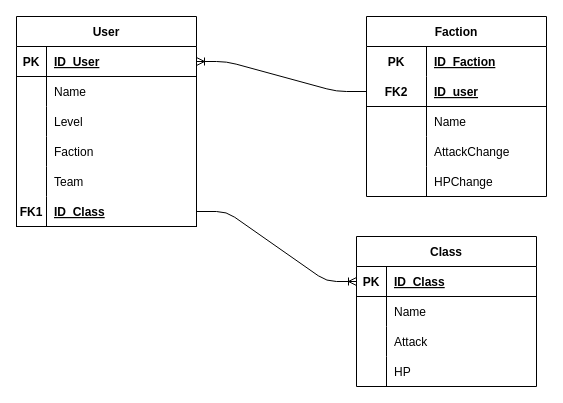
Earlier version of the draw.io diagram diagramme/diagEntité.dio (No-Game-No-Pain/Game). Source tidied: cells renumbered, new cells numbered last; positions are measured from the earlier drawing's top-left corner, leaving out a move shared by most shapes. Both pictures are drawn from the tidied source at 100%, with x=0, y=0 at pixel (16, 16).
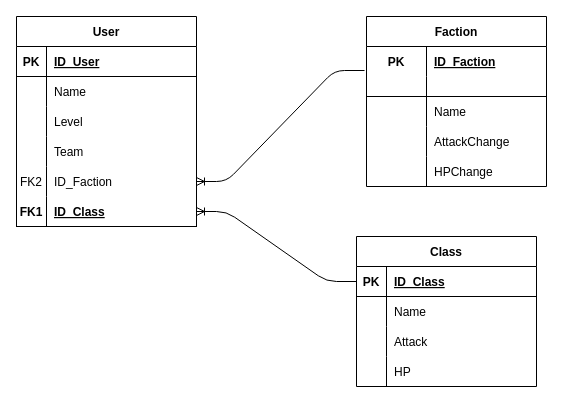
The same page after the edit.

Commit message (it also covers changes not shown here):
corrige diagram

The change refers to these unchanged cells:
```xml
<mxCell id="2" value="User" style="shape=table;startSize=30;childLayout=tableLayout;rowLines=0;fontStyle=1;align=center;" parent="1" vertex="1">
  <mxGeometry width="180" height="210" as="geometry" />
</mxCell>
<mxCell id="3" style="shape=tableRow;horizontal=0;startSize=0;swimlaneHead=0;swimlaneBody=0;fillColor=none;points=[[0,0.5],[1,0.5]];portConstraint=eastwest;top=0;left=0;right=0;bottom=1;" parent="2" vertex="1">
  <mxGeometry y="30" width="180" height="30" as="geometry" />
</mxCell>
<mxCell id="18" style="shape=tableRow;horizontal=0;startSize=0;swimlaneHead=0;swimlaneBody=0;fillColor=none;points=[[0,0.5],[1,0.5]];portConstraint=eastwest;top=0;left=0;right=0;bottom=1;" parent="2" vertex="1">
  <mxGeometry y="180" width="180" height="30" as="geometry" />
</mxCell>
<mxCell id="23" style="shape=tableRow;horizontal=0;startSize=0;swimlaneHead=0;swimlaneBody=0;fillColor=none;points=[[0,0.5],[1,0.5]];portConstraint=eastwest;top=0;left=0;right=0;bottom=0;" parent="22" vertex="1">
  <mxGeometry y="30" width="180" height="30" as="geometry" />
</mxCell>
<mxCell id="40" style="shape=tableRow;horizontal=0;startSize=0;swimlaneHead=0;swimlaneBody=0;fillColor=none;points=[[0,0.5],[1,0.5]];portConstraint=eastwest;top=0;left=0;right=0;bottom=1;" parent="39" vertex="1">
  <mxGeometry y="30" width="180" height="30" as="geometry" />
</mxCell>
```

Change to the diagram source:
```diff
@@
+    <mxCell id="15" style="shape=tableRow;horizontal=0;startSize=0;swimlaneHead=0;swimlaneBody=0;fillColor=none;top=0;left=0;right=0;bottom=0;" parent="2" vertex="1">
+      <mxGeometry y="120" width="180" height="30" as="geometry" />
+    </mxCell>
+    <mxCell id="16" style="shape=partialRectangle;fillColor=none;top=0;left=0;bottom=0;right=0;overflow=hidden;" parent="15" vertex="1">
+      <mxGeometry width="30" height="30" as="geometry" />
+    </mxCell>
+    <mxCell id="17" value="Team" style="shape=partialRectangle;fillColor=none;top=0;left=0;bottom=0;right=0;align=left;spacingLeft=6;overflow=hidden;" parent="15" vertex="1">
+      <mxGeometry x="30" width="150" height="30" as="geometry" />
+    </mxCell>
     <mxCell id="12" style="shape=tableRow;horizontal=0;startSize=0;swimlaneHead=0;swimlaneBody=0;fillColor=none;points=[[0,0.5],[1,0.5]];portConstraint=eastwest;top=0;left=0;right=0;bottom=0;" parent="2" vertex="1">
-      <mxGeometry y="120" width="180" height="30" as="geometry" />
+      <mxGeometry y="150" width="180" height="30" as="geometry" />
     </mxCell>
-    <mxCell id="13" style="shape=partialRectangle;fillColor=none;top=0;left=0;bottom=0;right=0;overflow=hidden;" parent="12" vertex="1">
+    <mxCell id="13" value="FK2" style="shape=partialRectangle;fillColor=none;top=0;left=0;bottom=0;right=0;overflow=hidden;" parent="12" vertex="1">
       <mxGeometry width="30" height="30" as="geometry" />
     </mxCell>
-    <mxCell id="14" value="Faction" style="shape=partialRectangle;fillColor=none;top=0;left=0;bottom=0;right=0;align=left;spacingLeft=6;overflow=hidden;" parent="12" vertex="1">
+    <mxCell id="14" value="ID_Faction" style="shape=partialRectangle;fillColor=none;top=0;left=0;bottom=0;right=0;align=left;spacingLeft=6;overflow=hidden;" parent="12" vertex="1">
       <mxGeometry x="30" width="150" height="30" as="geometry" />
     </mxCell>
-    <mxCell id="15" style="shape=tableRow;horizontal=0;startSize=0;swimlaneHead=0;swimlaneBody=0;fillColor=none;top=0;left=0;right=0;bottom=0;" parent="2" vertex="1">
-      <mxGeometry y="150" width="180" height="30" as="geometry" />
-    </mxCell>
-    <mxCell id="16" style="shape=partialRectangle;fillColor=none;top=0;left=0;bottom=0;right=0;overflow=hidden;" parent="15" vertex="1">
-      <mxGeometry width="30" height="30" as="geometry" />
-    </mxCell>
-    <mxCell id="17" value="Team" style="shape=partialRectangle;fillColor=none;top=0;left=0;bottom=0;right=0;align=left;spacingLeft=6;overflow=hidden;" parent="15" vertex="1">
-      <mxGeometry x="30" width="150" height="30" as="geometry" />
-    </mxCell>
@@
-    <mxCell id="21" style="edgeStyle=entityRelationEdgeStyle;fontSize=12;html=1;endArrow=ERoneToMany;entryX=1;entryY=0.5;entryDx=0;entryDy=0;" parent="1" edge="1" source="26" target="3">
+    <mxCell id="21" style="edgeStyle=entityRelationEdgeStyle;fontSize=12;html=1;endArrow=ERoneToMany;entryX=1;entryY=0.5;entryDx=0;entryDy=0;exitX=-0.011;exitY=0.8;exitDx=0;exitDy=0;exitPerimeter=0;" parent="1" edge="1" source="23" target="12">
       <mxGeometry relative="1" as="geometry" />
     </mxCell>
     <mxCell id="22" value="Faction" style="shape=table;startSize=30;childLayout=tableLayout;rowLines=0;fontStyle=1;align=center;" parent="1" vertex="1">
-      <mxGeometry x="350" width="180" height="180" as="geometry" />
+      <mxGeometry x="350" width="180" height="170" as="geometry" />
     </mxCell>
@@
     <mxCell id="26" style="shape=tableRow;horizontal=0;startSize=0;swimlaneHead=0;swimlaneBody=0;fillColor=none;points=[[0,0.5],[1,0.5]];portConstraint=eastwest;top=0;left=0;right=0;bottom=1;" parent="22" vertex="1">
-      <mxGeometry y="60" width="180" height="30" as="geometry" />
+      <mxGeometry y="60" width="180" height="20" as="geometry" />
     </mxCell>
-    <mxCell id="27" value="FK2" style="shape=partialRectangle;fillColor=none;top=0;left=0;bottom=0;right=0;fontStyle=1;overflow=hidden;" parent="26" vertex="1">
-      <mxGeometry width="60" height="30" as="geometry" />
+    <mxCell id="27" style="shape=partialRectangle;fillColor=none;top=0;left=0;bottom=0;right=0;fontStyle=1;overflow=hidden;" parent="26" vertex="1">
+      <mxGeometry width="60" height="20" as="geometry" />
     </mxCell>
-    <mxCell id="28" value="ID_user" style="shape=partialRectangle;fillColor=none;top=0;left=0;bottom=0;right=0;align=left;spacingLeft=6;fontStyle=5;overflow=hidden;" parent="26" vertex="1">
-      <mxGeometry x="60" width="120" height="30" as="geometry" />
+    <mxCell id="28" style="shape=partialRectangle;fillColor=none;top=0;left=0;bottom=0;right=0;align=left;spacingLeft=6;fontStyle=5;overflow=hidden;" parent="26" vertex="1">
+      <mxGeometry x="60" width="120" height="20" as="geometry" />
     </mxCell>
     <mxCell id="29" style="shape=tableRow;horizontal=0;startSize=0;swimlaneHead=0;swimlaneBody=0;fillColor=none;top=0;left=0;right=0;bottom=0;" parent="22" vertex="1">
-      <mxGeometry y="90" width="180" height="30" as="geometry" />
+      <mxGeometry y="80" width="180" height="30" as="geometry" />
     </mxCell>
@@
     <mxCell id="32" style="shape=tableRow;horizontal=0;startSize=0;swimlaneHead=0;swimlaneBody=0;fillColor=none;top=0;left=0;right=0;bottom=0;" parent="22" vertex="1">
-      <mxGeometry y="120" width="180" height="30" as="geometry" />
+      <mxGeometry y="110" width="180" height="30" as="geometry" />
     </mxCell>
@@
     <mxCell id="35" style="shape=tableRow;horizontal=0;startSize=0;swimlaneHead=0;swimlaneBody=0;fillColor=none;top=0;left=0;right=0;bottom=0;" parent="22" vertex="1">
-      <mxGeometry y="150" width="180" height="30" as="geometry" />
+      <mxGeometry y="140" width="180" height="30" as="geometry" />
     </mxCell>
@@
-    <mxCell id="38" style="edgeStyle=entityRelationEdgeStyle;fontSize=12;html=1;endArrow=ERoneToMany;entryX=0;entryY=0.5;entryDx=0;entryDy=0;" parent="1" edge="1" source="18" target="40">
+    <mxCell id="38" style="edgeStyle=entityRelationEdgeStyle;fontSize=12;html=1;endArrow=ERoneToMany;entryX=1;entryY=0.5;entryDx=0;entryDy=0;exitX=0;exitY=0.5;exitDx=0;exitDy=0;" parent="1" edge="1" source="40" target="18">
       <mxGeometry relative="1" as="geometry" />
     </mxCell>
```
